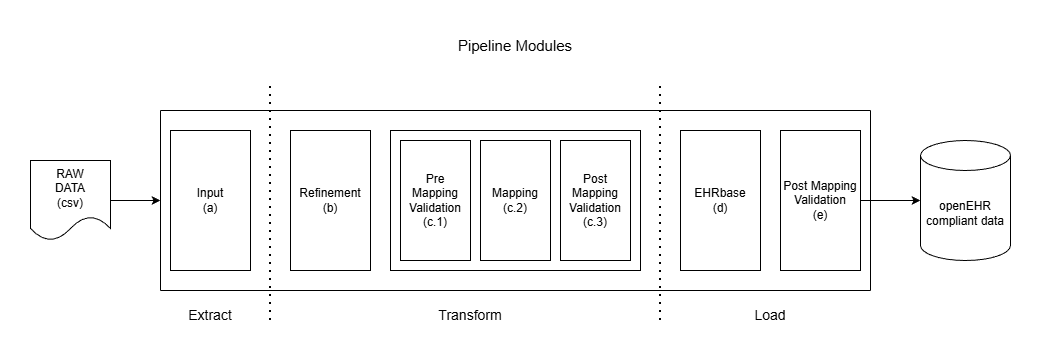
Before: res/Untitled Diagram.drawio (3).png, a diagram exported from draw.io (4KSHAT0p/Major). Source tidied: cells renumbered, new cells last; positions are measured from the earlier drawing's top-left corner, leaving out a move shared by most shapes.
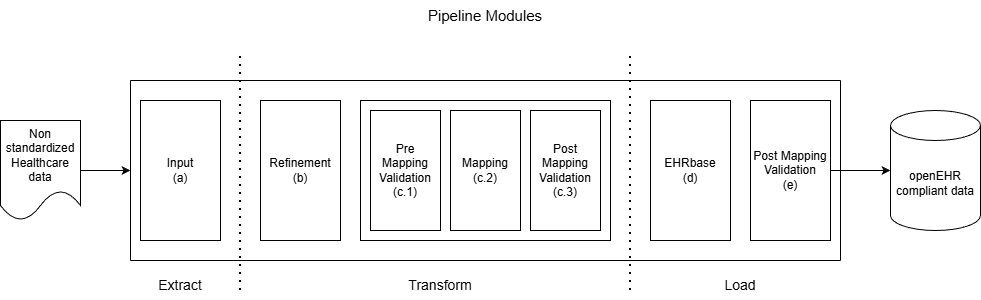
The same file after the commit.

What changed in the source:
```diff
@@ -79,8 +79,8 @@
         <mxPoint x="130" y="170" as="targetPoint" />
       </mxGeometry>
     </mxCell>
-    <mxCell id="21" value="RAW&lt;div&gt;DATA&lt;/div&gt;&lt;div&gt;(csv)&lt;/div&gt;" style="shape=document;whiteSpace=wrap;html=1;boundedLbl=1;" parent="1" vertex="1">
-      <mxGeometry y="130" width="80" height="80" as="geometry" />
+    <mxCell id="21" value="Non standardized Healthcare data" style="shape=document;whiteSpace=wrap;html=1;boundedLbl=1;" parent="1" vertex="1">
+      <mxGeometry y="120" width="80" height="100" as="geometry" />
     </mxCell>
     <mxCell id="22" value="openEHR compliant data" style="shape=cylinder3;whiteSpace=wrap;html=1;boundedLbl=1;backgroundOutline=1;size=15;" parent="1" vertex="1">
       <mxGeometry x="890" y="110" width="90" height="120" as="geometry" />
```
